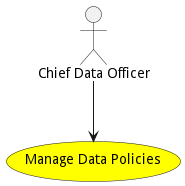
Before: docs/edgemere/diml/dml/usecases/managedatapolicies/Activities.png, a diagram exported from PlantUML (madajaju/edgemere).
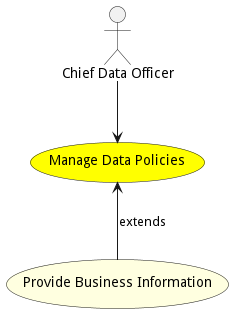
The same diagram one commit later.

What changed in the source:
```diff
@@ -11,6 +11,10 @@
 
 
 
+usecase "Provide Business Information" as ProvideBusinessInformation #lightyellow
+
+ManageDataPolicies <-- ProvideBusinessInformation : extends
+
 
 
 
```
